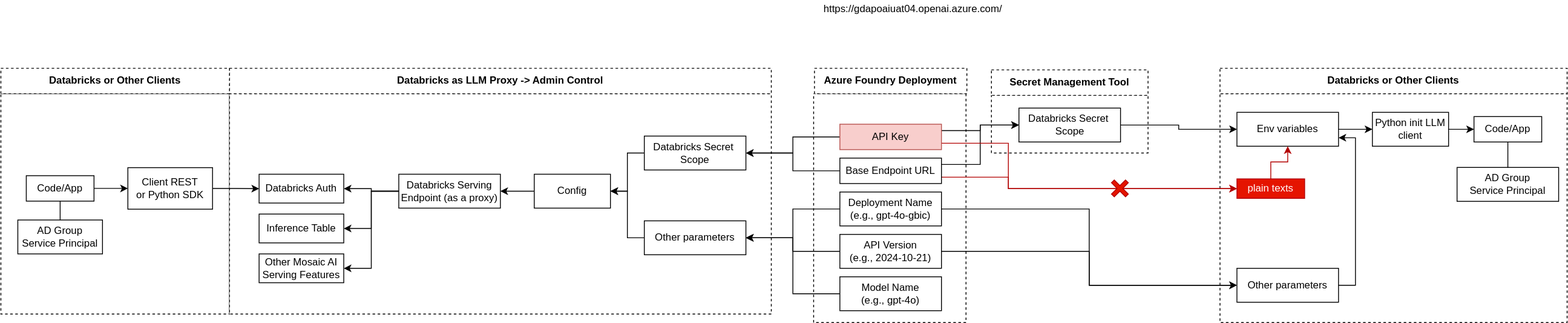
Before: GenAI.drawio.svg, a diagram exported from draw.io (joshuavaple/draw-io). Source tidied: cells renumbered, new cells last; positions are measured from the earlier drawing's top-left corner, leaving out a move shared by most shapes.
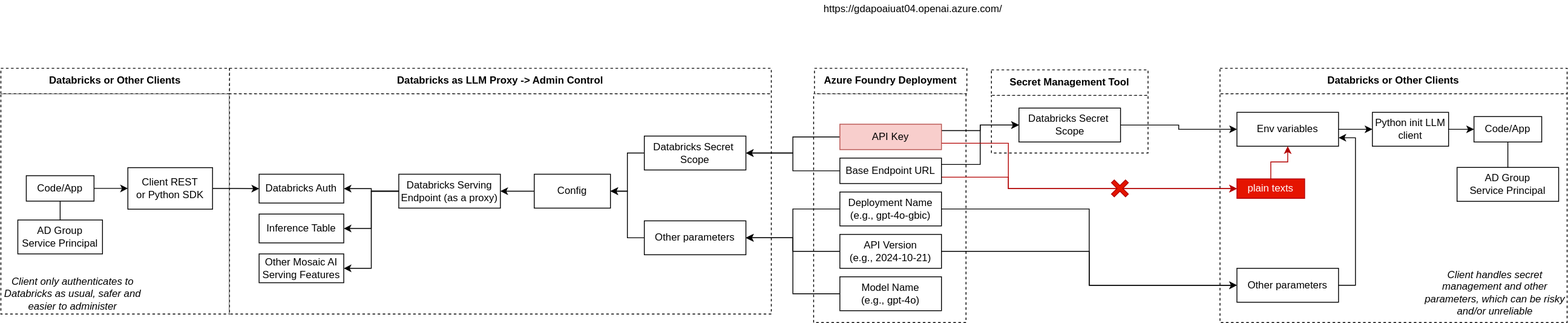
After the change.

What changed in the source:
```diff
@@ -197,5 +197,11 @@
     <mxCell id="61" style="shape=cross;whiteSpace=wrap;html=1;rotation=45;fillColor=#e51400;fontColor=#ffffff;strokeColor=#B20000;" parent="1" vertex="1">
       <mxGeometry x="1310" y="210" width="23.5" height="23.5" as="geometry" />
     </mxCell>
+    <mxCell id="62" value="Client handles secret management and other parameters, which can be risky and/or unreliable" style="text;html=1;whiteSpace=wrap;strokeColor=none;fillColor=none;align=center;verticalAlign=middle;rounded=0;fontStyle=2;" parent="1" vertex="1">
+      <mxGeometry x="1680" y="310" width="170" height="70" as="geometry" />
+    </mxCell>
+    <mxCell id="63" value="Client only authenticates to Databricks as usual, safer and easier to administer" style="text;html=1;whiteSpace=wrap;strokeColor=none;fillColor=none;align=center;verticalAlign=middle;rounded=0;fontStyle=2;" parent="1" vertex="1">
+      <mxGeometry y="320" width="170" height="51" as="geometry" />
+    </mxCell>
   </root>
 </mxGraphModel>
```
